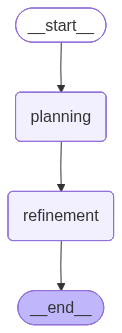
Above: graph_diagrams/main_graph.png in flatala/langgraph-research (Mermaid), before the change. Its source is kept beside it as graph_diagrams/main_graph.mmd. Its diagram source:
```mermaid
---
config:
  flowchart:
    curve: linear
---
graph TD;
	__start__([<p>__start__</p>]):::first
	planning(planning)
	refinement(refinement)
	__end__([<p>__end__</p>]):::last
	__start__ --> planning;
	planning --> refinement;
	refinement --> __end__;
	classDef default fill:#f2f0ff,line-height:1.2
	classDef first fill-opacity:0
	classDef last fill:#bfb6fc
```
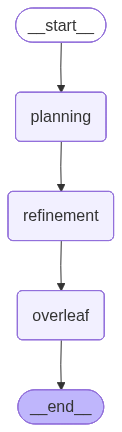
Above is the later version.

What changed in the source:
```diff
@@ -7,10 +7,12 @@
 	__start__([<p>__start__</p>]):::first
 	planning(planning)
 	refinement(refinement)
+	overleaf(overleaf)
 	__end__([<p>__end__</p>]):::last
 	__start__ --> planning;
 	planning --> refinement;
-	refinement --> __end__;
+	refinement --> overleaf;
+	overleaf --> __end__;
 	classDef default fill:#f2f0ff,line-height:1.2
 	classDef first fill-opacity:0
 	classDef last fill:#bfb6fc
```
